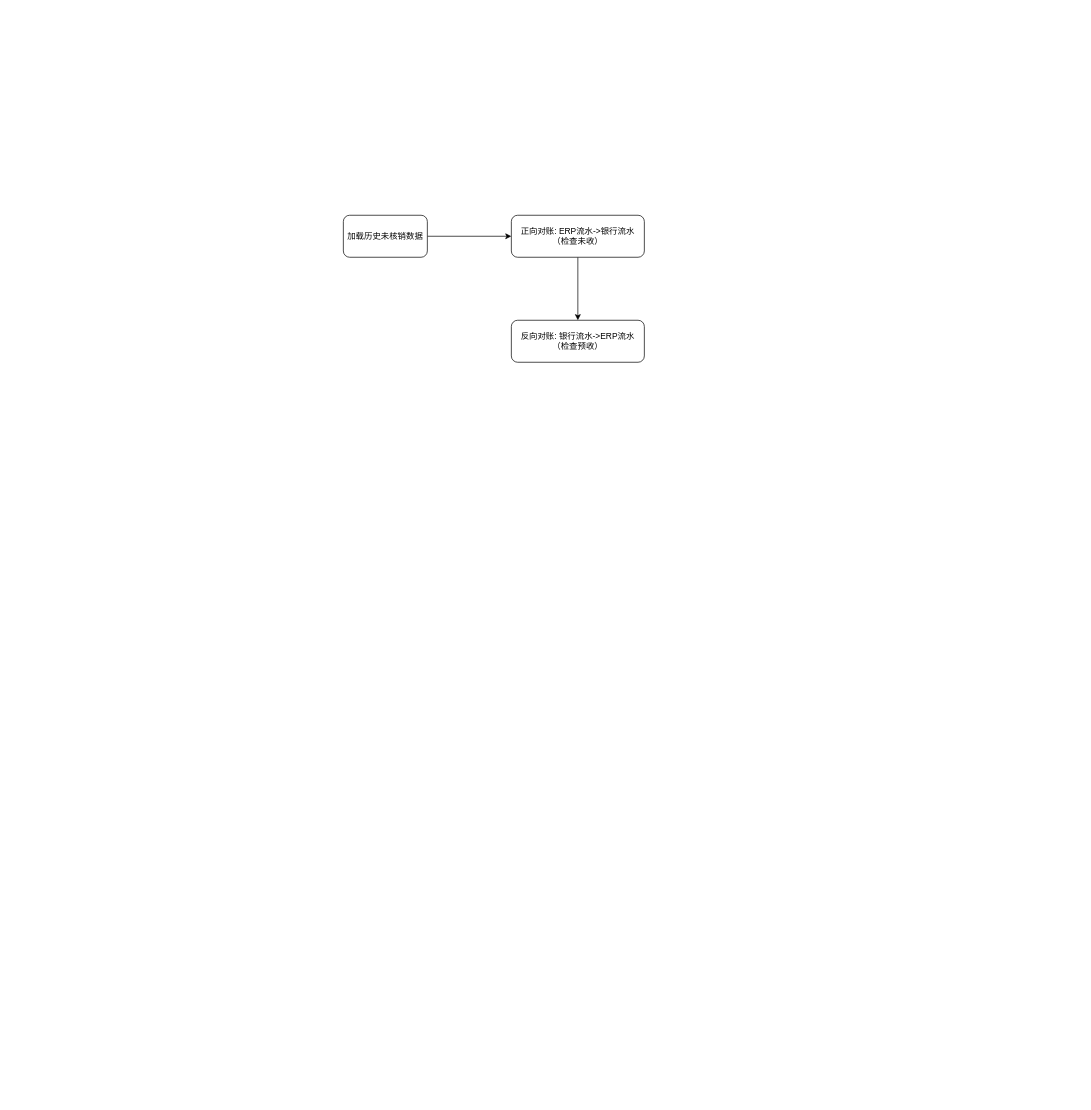
This is Untitled Diagram.drawio from kuangziyang/shop-design, a draw.io file, before an edit. Source tidied: cells renumbered, new cells numbered last; positions are measured from the earlier drawing's top-left corner, leaving out a move shared by most shapes. Both pictures are drawn from the tidied source at 70%, with x=0, y=0 at pixel (343, 215).
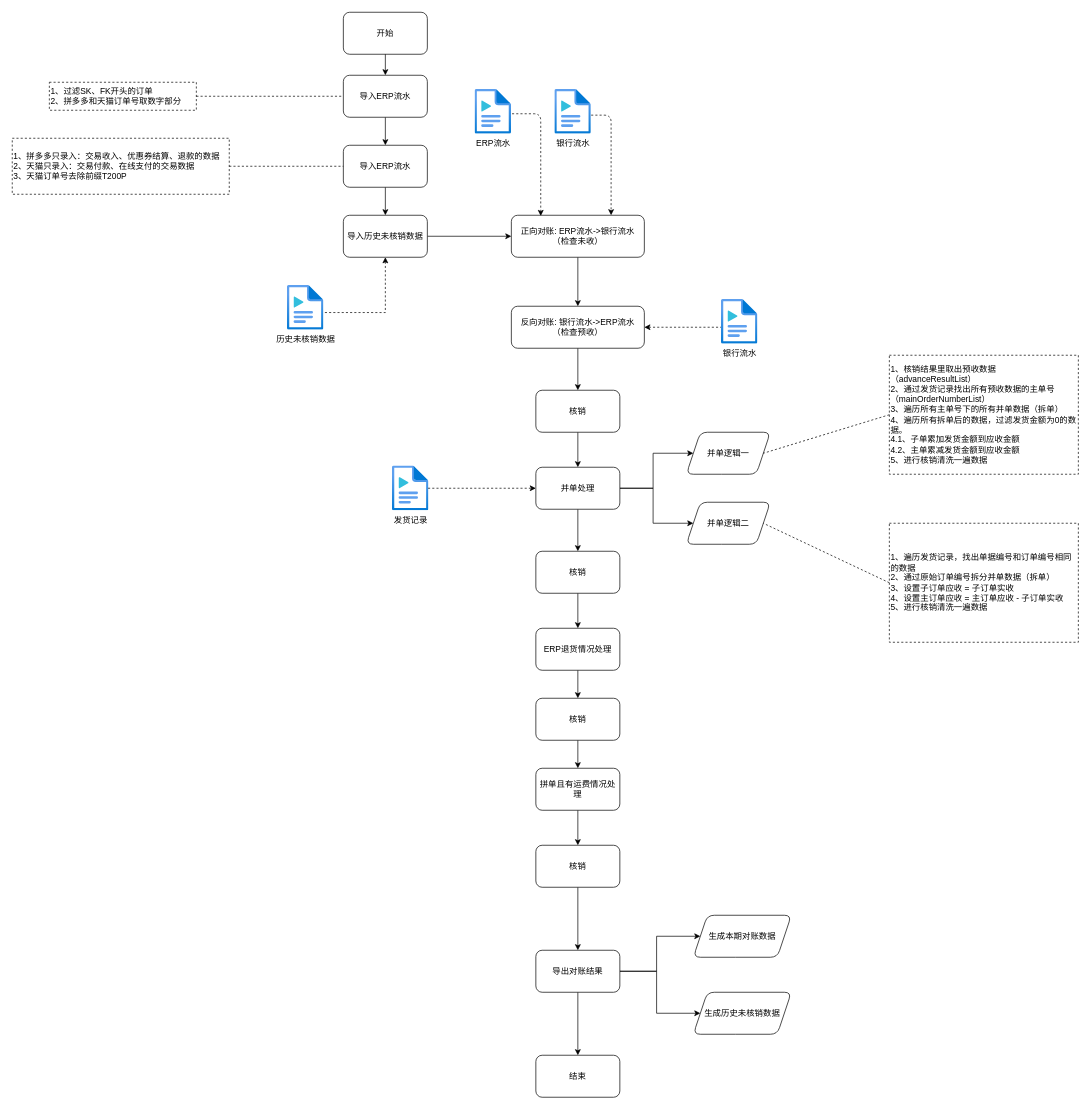
After the change.

The change refers to these unchanged cells:
```xml
<mxCell id="5" value="正向对账: ERP流水-&amp;gt;银行流水&lt;br&gt;（检查未收）" style="rounded=1;whiteSpace=wrap;html=1;" parent="1" vertex="1">
  <mxGeometry x="240" width="190" height="60" as="geometry" />
</mxCell>
```

What changed in the source:
```diff
@@
+    <mxCell id="7" style="edgeStyle=orthogonalEdgeStyle;rounded=0;jettySize=auto;html=1;exitX=0.5;exitY=1;exitDx=0;exitDy=0;entryX=0.981;entryY=0.609;entryDx=0;entryDy=0;entryPerimeter=0;startArrow=classic;startFill=1;endArrow=none;endFill=0;dashed=1;" parent="1" edge="1" source="3" target="36">
+      <mxGeometry relative="1" as="geometry">
+        <Array as="points">
+          <mxPoint x="60" y="139" />
+        </Array>
+      </mxGeometry>
+    </mxCell>
-    <mxCell id="3" value="加载历史未核销数据" style="rounded=1;whiteSpace=wrap;html=1;" parent="1" vertex="1">
+    <mxCell id="3" value="导入历史未核销数据" style="rounded=1;whiteSpace=wrap;html=1;" parent="1" vertex="1">
       <mxGeometry width="120" height="60" as="geometry" />
     </mxCell>
@@
+    <mxCell id="8" style="edgeStyle=orthogonalEdgeStyle;rounded=0;jettySize=auto;html=1;exitX=0.5;exitY=1;exitDx=0;exitDy=0;entryX=0.5;entryY=0;entryDx=0;entryDy=0;" parent="1" edge="1" source="6" target="11">
+      <mxGeometry relative="1" as="geometry" />
+    </mxCell>
+    <mxCell id="9" style="rounded=0;jettySize=auto;html=1;exitX=1;exitY=0.5;exitDx=0;exitDy=0;entryX=0.019;entryY=0.625;entryDx=0;entryDy=0;entryPerimeter=0;dashed=1;startArrow=classic;startFill=1;endArrow=none;endFill=0;" parent="1" edge="1" source="6" target="39">
+      <mxGeometry relative="1" as="geometry" />
+    </mxCell>
     <mxCell id="6" value="反向对账: 银行流水-&amp;gt;ERP流水&lt;br&gt;（检查预收）" style="rounded=1;whiteSpace=wrap;html=1;" parent="1" vertex="1">
-      <mxGeometry x="240" y="150" width="190" height="60" as="geometry" />
+      <mxGeometry x="240" y="130" width="190" height="60" as="geometry" />
     </mxCell>
+    <mxCell id="10" style="edgeStyle=orthogonalEdgeStyle;rounded=0;jettySize=auto;html=1;exitX=0.5;exitY=1;exitDx=0;exitDy=0;" parent="1" edge="1" source="11" target="15">
+      <mxGeometry relative="1" as="geometry" />
+    </mxCell>
+    <mxCell id="11" value="核销" style="rounded=1;whiteSpace=wrap;html=1;" parent="1" vertex="1">
+      <mxGeometry x="275" y="250" width="120" height="60" as="geometry" />
+    </mxCell>
+    <mxCell id="12" style="edgeStyle=orthogonalEdgeStyle;rounded=0;jettySize=auto;html=1;" parent="1" edge="1" source="15" target="16">
+      <mxGeometry relative="1" as="geometry" />
+    </mxCell>
+    <mxCell id="13" style="edgeStyle=orthogonalEdgeStyle;rounded=0;jettySize=auto;html=1;exitX=1;exitY=0.5;exitDx=0;exitDy=0;entryX=0;entryY=0.5;entryDx=0;entryDy=0;" parent="1" edge="1" source="15" target="17">
+      <mxGeometry relative="1" as="geometry" />
+    </mxCell>
+    <mxCell id="14" style="edgeStyle=orthogonalEdgeStyle;rounded=0;jettySize=auto;html=1;exitX=0.5;exitY=1;exitDx=0;exitDy=0;entryX=0.5;entryY=0;entryDx=0;entryDy=0;" parent="1" edge="1" source="15" target="27">
+      <mxGeometry relative="1" as="geometry" />
+    </mxCell>
+    <mxCell id="15" value="并单处理" style="whiteSpace=wrap;html=1;rounded=1;" parent="1" vertex="1">
+      <mxGeometry x="275" y="360" width="120" height="60" as="geometry" />
+    </mxCell>
+    <mxCell id="16" value="并单逻辑一" style="shape=parallelogram;perimeter=parallelogramPerimeter;whiteSpace=wrap;html=1;fixedSize=1;rounded=1;" parent="1" vertex="1">
+      <mxGeometry x="490" y="310" width="120" height="60" as="geometry" />
+    </mxCell>
+    <mxCell id="17" value="并单逻辑二" style="shape=parallelogram;perimeter=parallelogramPerimeter;whiteSpace=wrap;html=1;fixedSize=1;rounded=1;" parent="1" vertex="1">
+      <mxGeometry x="490" y="410" width="120" height="60" as="geometry" />
+    </mxCell>
+    <mxCell id="18" style="edgeStyle=orthogonalEdgeStyle;rounded=0;jettySize=auto;html=1;exitX=0.5;exitY=1;exitDx=0;exitDy=0;entryX=0.5;entryY=0;entryDx=0;entryDy=0;" parent="1" edge="1" source="19" target="25">
+      <mxGeometry relative="1" as="geometry" />
+    </mxCell>
+    <mxCell id="19" value="ERP退货情况处理" style="whiteSpace=wrap;html=1;rounded=1;" parent="1" vertex="1">
+      <mxGeometry x="275" y="590" width="120" height="60" as="geometry" />
+    </mxCell>
+    <mxCell id="20" style="edgeStyle=orthogonalEdgeStyle;rounded=0;jettySize=auto;html=1;" parent="1" edge="1" source="21" target="23">
+      <mxGeometry relative="1" as="geometry" />
+    </mxCell>
+    <mxCell id="21" value="拼单且有运费情况处理" style="whiteSpace=wrap;html=1;rounded=1;" parent="1" vertex="1">
+      <mxGeometry x="275" y="790" width="120" height="60" as="geometry" />
+    </mxCell>
+    <mxCell id="22" style="edgeStyle=orthogonalEdgeStyle;rounded=0;jettySize=auto;html=1;" parent="1" edge="1" source="23" target="31">
+      <mxGeometry relative="1" as="geometry" />
+    </mxCell>
+    <mxCell id="23" value="核销" style="whiteSpace=wrap;html=1;rounded=1;" parent="1" vertex="1">
+      <mxGeometry x="275" y="900" width="120" height="60" as="geometry" />
+    </mxCell>
+    <mxCell id="24" style="edgeStyle=orthogonalEdgeStyle;rounded=0;jettySize=auto;html=1;exitX=0.5;exitY=1;exitDx=0;exitDy=0;entryX=0.5;entryY=0;entryDx=0;entryDy=0;" parent="1" edge="1" source="25" target="21">
+      <mxGeometry relative="1" as="geometry" />
+    </mxCell>
+    <mxCell id="25" value="核销" style="whiteSpace=wrap;html=1;rounded=1;" parent="1" vertex="1">
+      <mxGeometry x="275" y="690" width="120" height="60" as="geometry" />
+    </mxCell>
+    <mxCell id="26" style="edgeStyle=orthogonalEdgeStyle;rounded=0;jettySize=auto;html=1;exitX=0.5;exitY=1;exitDx=0;exitDy=0;" parent="1" edge="1" source="27" target="19">
+      <mxGeometry relative="1" as="geometry" />
+    </mxCell>
+    <mxCell id="27" value="核销" style="whiteSpace=wrap;html=1;rounded=1;" parent="1" vertex="1">
+      <mxGeometry x="275" y="480" width="120" height="60" as="geometry" />
+    </mxCell>
+    <mxCell id="28" style="edgeStyle=orthogonalEdgeStyle;rounded=0;jettySize=auto;html=1;" parent="1" edge="1" source="31" target="32">
+      <mxGeometry relative="1" as="geometry" />
+    </mxCell>
+    <mxCell id="29" style="edgeStyle=orthogonalEdgeStyle;rounded=0;jettySize=auto;html=1;exitX=1;exitY=0.5;exitDx=0;exitDy=0;entryX=0;entryY=0.5;entryDx=0;entryDy=0;" parent="1" edge="1" source="31" target="33">
+      <mxGeometry relative="1" as="geometry" />
+    </mxCell>
+    <mxCell id="30" style="edgeStyle=orthogonalEdgeStyle;rounded=0;jettySize=auto;html=1;exitX=0.5;exitY=1;exitDx=0;exitDy=0;entryX=0.5;entryY=0;entryDx=0;entryDy=0;" parent="1" edge="1" source="31" target="35">
+      <mxGeometry relative="1" as="geometry" />
+    </mxCell>
+    <mxCell id="31" value="导出对账结果" style="whiteSpace=wrap;html=1;rounded=1;" parent="1" vertex="1">
+      <mxGeometry x="275" y="1050" width="120" height="60" as="geometry" />
+    </mxCell>
+    <mxCell id="32" value="生成本期对账数据" style="shape=parallelogram;perimeter=parallelogramPerimeter;whiteSpace=wrap;html=1;fixedSize=1;rounded=1;" parent="1" vertex="1">
+      <mxGeometry x="500" y="1000" width="140" height="60" as="geometry" />
+    </mxCell>
+    <mxCell id="33" value="生成历史未核销数据" style="shape=parallelogram;perimeter=parallelogramPerimeter;whiteSpace=wrap;html=1;fixedSize=1;rounded=1;" parent="1" vertex="1">
+      <mxGeometry x="500" y="1110" width="140" height="60" as="geometry" />
+    </mxCell>
+    <mxCell id="34" value="开始" style="rounded=1;whiteSpace=wrap;html=1;" parent="1" vertex="1">
+      <mxGeometry y="-290" width="120" height="60" as="geometry" />
+    </mxCell>
+    <mxCell id="35" value="结束" style="rounded=1;whiteSpace=wrap;html=1;" parent="1" vertex="1">
+      <mxGeometry x="275" y="1200" width="120" height="60" as="geometry" />
+    </mxCell>
+    <mxCell id="36" value="历史未核销数据" style="html=1;points=[];align=center;image;fontSize=12;image=img/lib/azure2/general/Media_File.svg;" parent="1" vertex="1">
+      <mxGeometry x="-80" y="100" width="52" height="64" as="geometry" />
+    </mxCell>
+    <mxCell id="37" value="ERP流水" style="html=1;points=[];align=center;image;fontSize=12;image=img/lib/azure2/general/Media_File.svg;" parent="1" vertex="1">
+      <mxGeometry x="188" y="-180" width="52" height="64" as="geometry" />
+    </mxCell>
+    <mxCell id="38" value="银行流水" style="html=1;points=[];align=center;image;fontSize=12;image=img/lib/azure2/general/Media_File.svg;" parent="1" vertex="1">
+      <mxGeometry x="302" y="-180" width="52" height="64" as="geometry" />
+    </mxCell>
+    <mxCell id="39" value="银行流水" style="html=1;points=[];align=center;image;fontSize=12;image=img/lib/azure2/general/Media_File.svg;" parent="1" vertex="1">
+      <mxGeometry x="540" y="120" width="52" height="64" as="geometry" />
+    </mxCell>
+    <mxCell id="40" value="发货记录" style="html=1;points=[];align=center;image;fontSize=12;image=img/lib/azure2/general/Media_File.svg;" parent="1" vertex="1">
+      <mxGeometry x="70" y="358" width="52" height="64" as="geometry" />
+    </mxCell>
+    <mxCell id="41" style="endArrow=classic;html=1;dashed=1;entryX=0;entryY=0.5;entryDx=0;entryDy=0;exitX=0.981;exitY=0.5;exitDx=0;exitDy=0;exitPerimeter=0;" parent="1" edge="1" source="40" target="15">
+      <mxGeometry relative="1" as="geometry" />
+    </mxCell>
+    <mxCell id="42" style="endArrow=classic;html=1;dashed=1;exitX=1.019;exitY=0.547;exitDx=0;exitDy=0;exitPerimeter=0;entryX=0.221;entryY=0.017;entryDx=0;entryDy=0;entryPerimeter=0;edgeStyle=orthogonalEdgeStyle;" parent="1" edge="1" source="37" target="5">
+      <mxGeometry relative="1" as="geometry" />
+    </mxCell>
+    <mxCell id="43" style="endArrow=classic;html=1;dashed=1;exitX=1;exitY=0.578;exitDx=0;exitDy=0;exitPerimeter=0;entryX=0.75;entryY=0;entryDx=0;entryDy=0;edgeStyle=orthogonalEdgeStyle;" parent="1" edge="1" source="38" target="5">
+      <mxGeometry relative="1" as="geometry" />
+    </mxCell>
+    <mxCell id="44" style="edgeStyle=none;rounded=0;jettySize=auto;html=1;exitX=0;exitY=0.5;exitDx=0;exitDy=0;entryX=1;entryY=0.5;entryDx=0;entryDy=0;dashed=1;startArrow=none;startFill=0;endArrow=none;endFill=0;" parent="1" edge="1" source="45" target="16">
+      <mxGeometry relative="1" as="geometry" />
+    </mxCell>
+    <mxCell id="45" value="1、核销结果里取出预收数据&lt;br&gt;（advanceResultList）&lt;br&gt;2、通过发货记录找出所有预收数据的主单号（mainOrderNumberList）&lt;br&gt;3、遍历所有主单号下的所有并单数据（拆单）&lt;br&gt;4、遍历所有拆单后的数据，过滤发货金额为0的数据。&lt;br&gt;4.1、子单累加发货金额到应收金额&lt;br&gt;4.2、主单累减发货金额到应收金额&lt;br&gt;5、进行核销清洗一遍数据" style="rounded=0;whiteSpace=wrap;html=1;dashed=1;fillColor=none;align=left;" parent="1" vertex="1">
+      <mxGeometry x="780" y="200" width="270" height="170" as="geometry" />
+    </mxCell>
+    <mxCell id="46" value="1、遍历发货记录，找出单据编号和订单编号相同的数据&lt;br&gt;2、通过原始订单编号拆分并单数据（拆单）&lt;br&gt;3、设置子订单应收 = 子订单实收&lt;br&gt;4、设置主订单应收 = 主订单应收 - 子订单实收&lt;br&gt;5、进行核销清洗一遍数据" style="rounded=0;whiteSpace=wrap;html=1;dashed=1;fillColor=none;align=left;" parent="1" vertex="1">
+      <mxGeometry x="780" y="440" width="270" height="170" as="geometry" />
+    </mxCell>
+    <mxCell id="47" style="edgeStyle=none;rounded=0;jettySize=auto;html=1;exitX=0;exitY=0.5;exitDx=0;exitDy=0;entryX=1;entryY=0.5;entryDx=0;entryDy=0;dashed=1;startArrow=none;startFill=0;endArrow=none;endFill=0;" parent="1" edge="1" source="46" target="17">
+      <mxGeometry relative="1" as="geometry" />
+    </mxCell>
+    <mxCell id="48" style="edgeStyle=none;rounded=0;jettySize=auto;html=1;exitX=0.5;exitY=1;exitDx=0;exitDy=0;entryX=0.5;entryY=0;entryDx=0;entryDy=0;startArrow=none;startFill=0;endArrow=classic;endFill=1;" parent="1" edge="1" source="49" target="54">
+      <mxGeometry relative="1" as="geometry" />
+    </mxCell>
+    <mxCell id="49" value="导入ERP流水" style="rounded=1;whiteSpace=wrap;html=1;" parent="1" vertex="1">
+      <mxGeometry y="-200" width="120" height="60" as="geometry" />
+    </mxCell>
+    <mxCell id="50" style="endArrow=classic;html=1;entryX=0.5;entryY=0;entryDx=0;entryDy=0;exitX=0.5;exitY=1;exitDx=0;exitDy=0;" parent="1" edge="1" source="34" target="49">
+      <mxGeometry relative="1" as="geometry" />
+    </mxCell>
+    <mxCell id="51" style="edgeStyle=none;rounded=0;jettySize=auto;html=1;exitX=1;exitY=0.5;exitDx=0;exitDy=0;entryX=0;entryY=0.5;entryDx=0;entryDy=0;startArrow=none;startFill=0;endArrow=none;endFill=0;dashed=1;" parent="1" edge="1" source="52" target="49">
+      <mxGeometry relative="1" as="geometry" />
+    </mxCell>
+    <mxCell id="52" value="1、过滤SK、FK开头的订单&lt;br&gt;2、拼多多和天猫订单号取数字部分" style="rounded=0;whiteSpace=wrap;html=1;dashed=1;fillColor=none;align=left;" parent="1" vertex="1">
+      <mxGeometry x="-420" y="-190" width="210" height="40" as="geometry" />
+    </mxCell>
+    <mxCell id="53" style="edgeStyle=none;rounded=0;jettySize=auto;html=1;exitX=0.5;exitY=1;exitDx=0;exitDy=0;entryX=0.5;entryY=0;entryDx=0;entryDy=0;startArrow=none;startFill=0;endArrow=classic;endFill=1;" parent="1" edge="1" source="54" target="3">
+      <mxGeometry relative="1" as="geometry" />
+    </mxCell>
+    <mxCell id="54" value="导入ERP流水" style="rounded=1;whiteSpace=wrap;html=1;" parent="1" vertex="1">
+      <mxGeometry y="-100" width="120" height="60" as="geometry" />
+    </mxCell>
+    <mxCell id="55" style="edgeStyle=none;rounded=0;jettySize=auto;html=1;exitX=1;exitY=0.5;exitDx=0;exitDy=0;entryX=0;entryY=0.5;entryDx=0;entryDy=0;dashed=1;startArrow=none;startFill=0;endArrow=none;endFill=0;" parent="1" edge="1" source="56" target="54">
+      <mxGeometry relative="1" as="geometry" />
+    </mxCell>
+    <mxCell id="56" value="1、拼多多只录入：交易收入、优惠券结算、退款的数据&lt;br&gt;2、天猫只录入：交易付款、在线支付的交易数据&lt;br&gt;3、天猫订单号去除前缀T200P" style="rounded=0;whiteSpace=wrap;html=1;dashed=1;fillColor=none;align=left;" parent="1" vertex="1">
+      <mxGeometry x="-473" y="-110" width="310" height="80" as="geometry" />
+    </mxCell>
```
